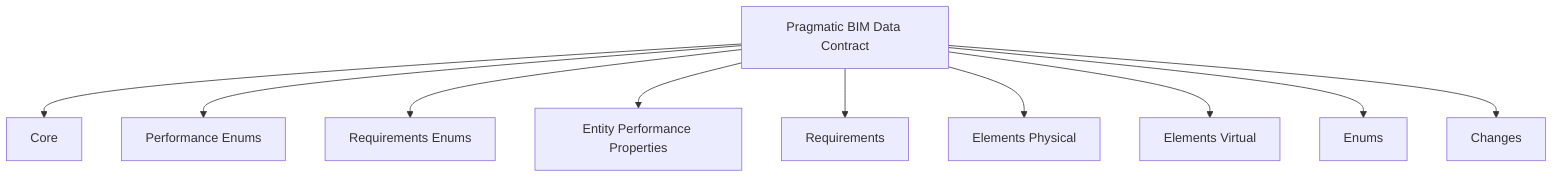
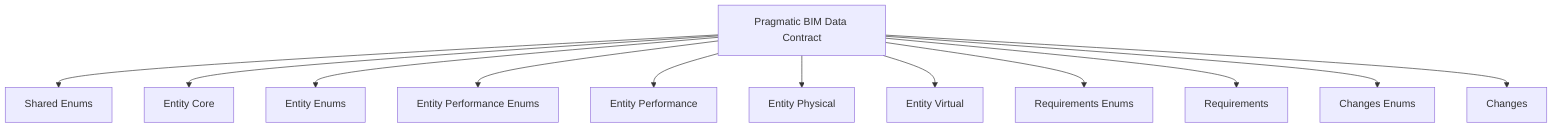
flowchart TB
  Root["Pragmatic BIM Data Contract"]
-   Root --> core["Core"]
-   click core href "./core.html" _blank
-   Root --> performance_enums["Performance Enums"]
-   click performance_enums href "./performance-enums.html" _blank
+   Root --> shared_enums["Shared Enums"]
+   click shared_enums href "./shared/enums/" _blank
+   Root --> entity_core["Entity Core"]
+   click entity_core href "./entity/core/" _blank
+   Root --> entity_enums["Entity Enums"]
+   click entity_enums href "./entity/enums/" _blank
+   Root --> entity_performance_enums["Entity Performance Enums"]
+   click entity_performance_enums href "./entity/performance-enums/" _blank
+   Root --> entity_performance["Entity Performance"]
+   click entity_performance href "./entity/performance/" _blank
+   Root --> entity_physical["Entity Physical"]
+   click entity_physical href "./entity/physical/" _blank
+   Root --> entity_virtual["Entity Virtual"]
+   click entity_virtual href "./entity/virtual/" _blank
  Root --> requirements_enums["Requirements Enums"]
-   click requirements_enums href "./requirements-enums.html" _blank
-   Root --> performance["Entity Performance Properties"]
-   click performance href "./performance.html" _blank
+   click requirements_enums href "./requirements/enums/" _blank
  Root --> requirements["Requirements"]
-   click requirements href "./requirements.html" _blank
-   Root --> elements_physical["Elements Physical"]
-   click elements_physical href "./elements-physical.html" _blank
-   Root --> elements_virtual["Elements Virtual"]
-   click elements_virtual href "./elements-virtual.html" _blank
-   Root --> enums["Enums"]
-   click enums href "./enums.html" _blank
+   click requirements href "./requirements/" _blank
+   Root --> changes_enums["Changes Enums"]
+   click changes_enums href "./changes/enums/" _blank
  Root --> changes["Changes"]
-   click changes href "./changes.html" _blank
+   click changes href "./changes/" _blank
